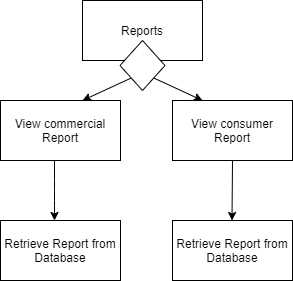
Earlier version of the draw.io export SDD_SWDesignDesc/images/image34.png (BroClements/CS364_2020Win). Source tidied: cells renumbered, new cells last; positions are measured from the earlier drawing's top-left corner, leaving out a move shared by most shapes. The source it was exported from:
```xml
<mxGraphModel>
  <root>
    <mxCell id="0" />
    <mxCell id="1" parent="0" />
    <mxCell id="2" value="Reports" style="rounded=0;whiteSpace=wrap;html=1;" parent="1" vertex="1">
      <mxGeometry x="82" width="120" height="60" as="geometry" />
    </mxCell>
    <mxCell id="3" style="rhombus;whiteSpace=wrap;html=1;" parent="1" vertex="1">
      <mxGeometry x="119.5" y="40" width="45" height="50" as="geometry" />
    </mxCell>
    <mxCell id="4" style="endArrow=classic;html=1;exitX=0;exitY=1;exitDx=0;exitDy=0;" parent="1" edge="1" source="3">
      <mxGeometry relative="1" as="geometry">
        <mxPoint x="82" y="100" as="targetPoint" />
      </mxGeometry>
    </mxCell>
    <mxCell id="5" style="endArrow=classic;html=1;exitX=1;exitY=1;exitDx=0;exitDy=0;" parent="1" edge="1" source="3">
      <mxGeometry relative="1" as="geometry">
        <mxPoint x="202" y="100" as="targetPoint" />
      </mxGeometry>
    </mxCell>
    <mxCell id="6" value="View commercial Report" style="rounded=0;whiteSpace=wrap;html=1;" parent="1" vertex="1">
      <mxGeometry y="100" width="120" height="60" as="geometry" />
    </mxCell>
    <mxCell id="7" value="&lt;span&gt;View consumer Report&lt;/span&gt;" style="rounded=0;whiteSpace=wrap;html=1;" parent="1" vertex="1">
      <mxGeometry x="172" y="100" width="120" height="60" as="geometry" />
    </mxCell>
    <mxCell id="8" style="endArrow=classic;html=1;" parent="1" edge="1">
      <mxGeometry relative="1" as="geometry">
        <mxPoint x="54" y="160" as="sourcePoint" />
        <mxPoint x="54" y="220" as="targetPoint" />
        <Array as="points">
          <mxPoint x="54" y="190" />
        </Array>
      </mxGeometry>
    </mxCell>
    <mxCell id="9" style="endArrow=classic;html=1;" parent="1" edge="1">
      <mxGeometry relative="1" as="geometry">
        <mxPoint x="232" y="160" as="sourcePoint" />
        <mxPoint x="231.5" y="220" as="targetPoint" />
      </mxGeometry>
    </mxCell>
    <mxCell id="10" value="Retrieve Report from Database" style="rounded=0;whiteSpace=wrap;html=1;" parent="1" vertex="1">
      <mxGeometry y="220" width="120" height="60" as="geometry" />
    </mxCell>
    <mxCell id="11" value="Retrieve Report from Database" style="rounded=0;whiteSpace=wrap;html=1;" parent="1" vertex="1">
      <mxGeometry x="172" y="220" width="120" height="60" as="geometry" />
    </mxCell>
  </root>
</mxGraphModel>
```
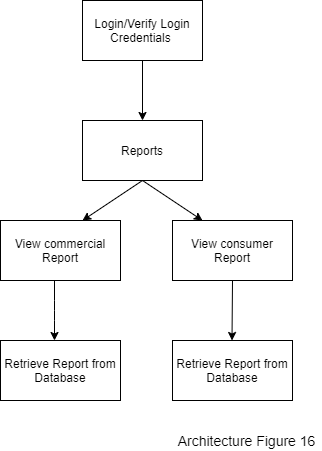
Later version of the same file.

The edit, as a diff of the source:
```diff
@@ -5,15 +5,12 @@
     <mxCell id="2" value="Reports" style="rounded=0;whiteSpace=wrap;html=1;" parent="1" vertex="1">
       <mxGeometry x="82" width="120" height="60" as="geometry" />
     </mxCell>
-    <mxCell id="3" style="rhombus;whiteSpace=wrap;html=1;" parent="1" vertex="1">
-      <mxGeometry x="119.5" y="40" width="45" height="50" as="geometry" />
-    </mxCell>
-    <mxCell id="4" style="endArrow=classic;html=1;exitX=0;exitY=1;exitDx=0;exitDy=0;" parent="1" edge="1" source="3">
+    <mxCell id="4" style="endArrow=classic;html=1;exitX=0.5;exitY=1;exitDx=0;exitDy=0;" parent="1" edge="1" source="2">
       <mxGeometry relative="1" as="geometry">
         <mxPoint x="82" y="100" as="targetPoint" />
       </mxGeometry>
     </mxCell>
-    <mxCell id="5" style="endArrow=classic;html=1;exitX=1;exitY=1;exitDx=0;exitDy=0;" parent="1" edge="1" source="3">
+    <mxCell id="5" style="endArrow=classic;html=1;exitX=0.5;exitY=1;exitDx=0;exitDy=0;" parent="1" edge="1" source="2">
       <mxGeometry relative="1" as="geometry">
         <mxPoint x="202" y="100" as="targetPoint" />
       </mxGeometry>
@@ -45,5 +42,14 @@
     <mxCell id="11" value="Retrieve Report from Database" style="rounded=0;whiteSpace=wrap;html=1;" parent="1" vertex="1">
       <mxGeometry x="172" y="220" width="120" height="60" as="geometry" />
     </mxCell>
+    <mxCell id="12" style="edgeStyle=orthogonalEdgeStyle;rounded=0;jettySize=auto;html=1;entryX=0.5;entryY=0;entryDx=0;entryDy=0;" parent="1" edge="1" source="13" target="2">
+      <mxGeometry relative="1" as="geometry" />
+    </mxCell>
+    <mxCell id="13" value="Login/Verify Login Credentials&amp;nbsp;" style="rounded=0;whiteSpace=wrap;html=1;" parent="1" vertex="1">
+      <mxGeometry x="82" y="-120" width="120" height="60" as="geometry" />
+    </mxCell>
+    <mxCell id="14" value="&lt;div style=&quot;box-sizing: border-box ; font-family: &amp;#34;segoe ui&amp;#34; , , &amp;#34;apple color emoji&amp;#34; , &amp;#34;segoe ui emoji&amp;#34; , sans-serif ; font-size: 14px&quot;&gt;Architecture Figure 16&lt;/div&gt;" style="text;html=1;align=center;verticalAlign=middle;" parent="1" vertex="1">
+      <mxGeometry x="171" y="310" width="150" height="20" as="geometry" />
+    </mxCell>
   </root>
 </mxGraphModel>
```
